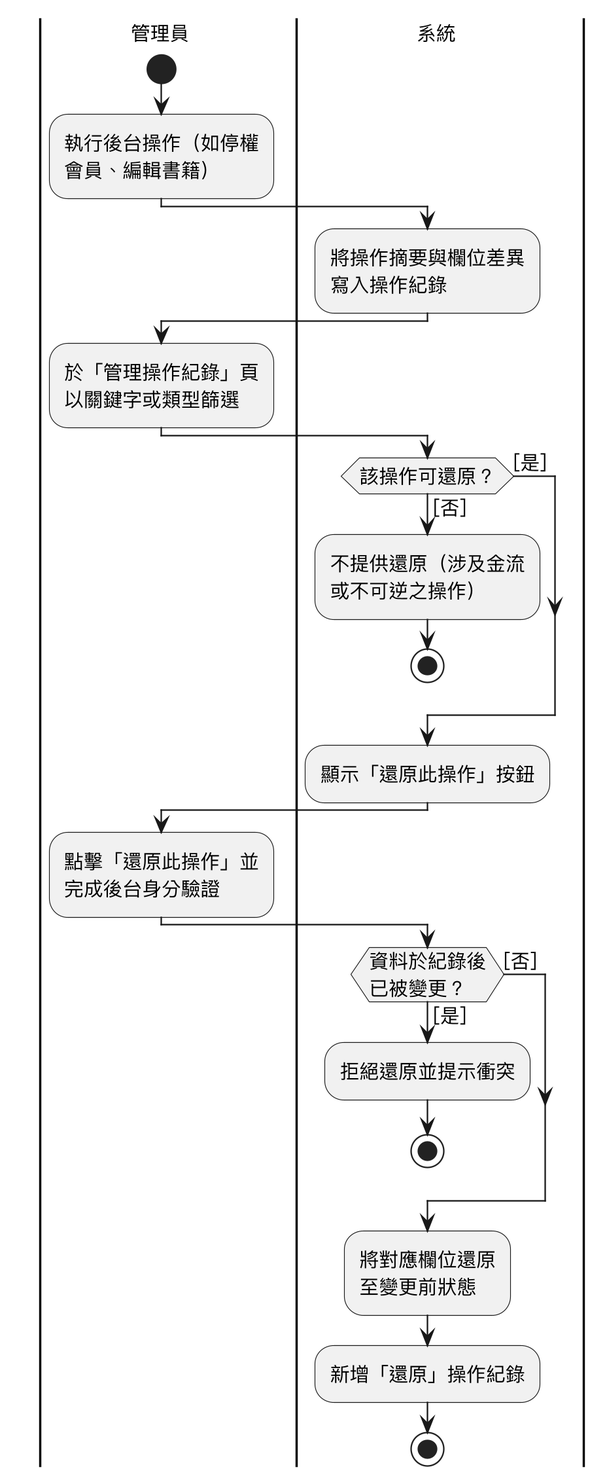
This is Diagrams/Activity diagram/v3/uc21.png from SaveMyBook/SaveMyBook, a PlantUML export, as it was before one commit.
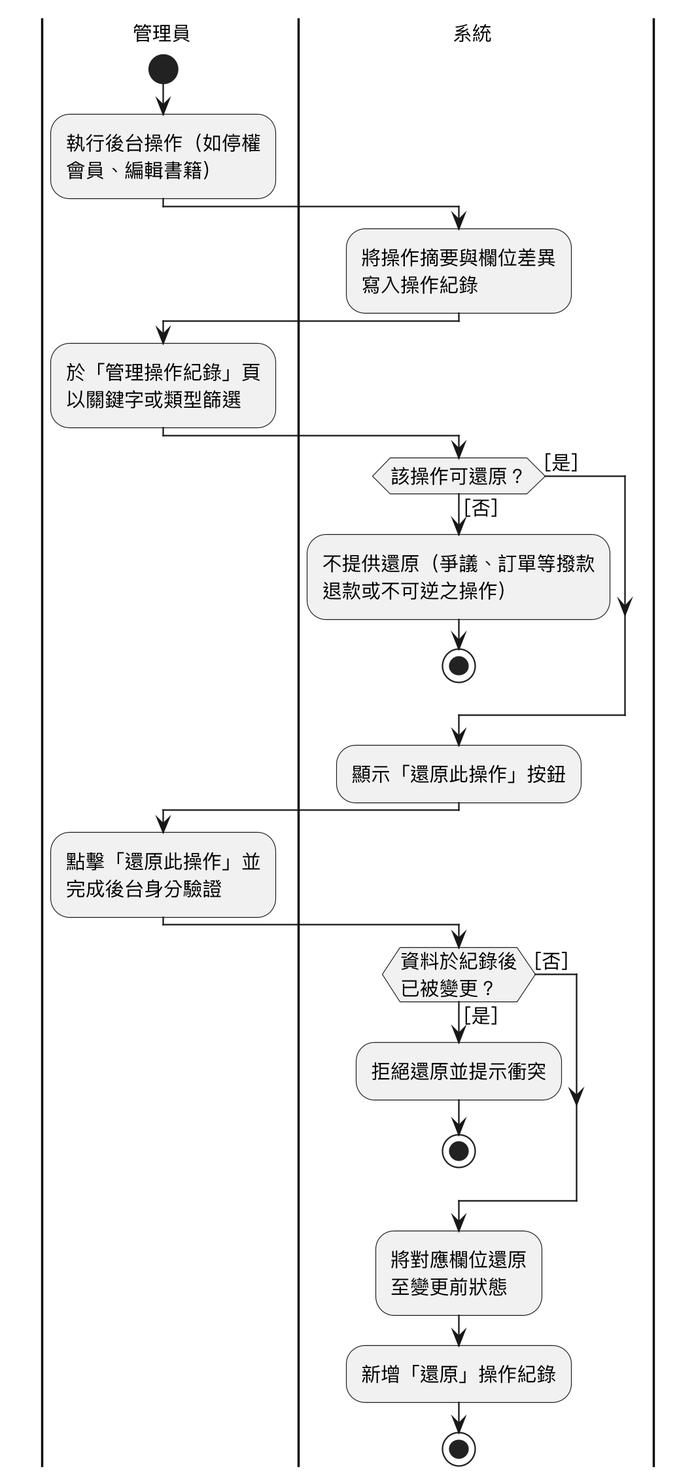
After the commit.

The edit, as a diff of the source:
```diff
@@ -14,7 +14,7 @@
 :於「管理操作紀錄」頁\n以關鍵字或類型篩選;
 |系統|
 if (該操作可還原？) then ([否])
-  :不提供還原（涉及金流\n或不可逆之操作）;
+  :不提供還原（爭議、訂單等撥款\n退款或不可逆之操作）;
   stop
 else ([是])
 endif
```
